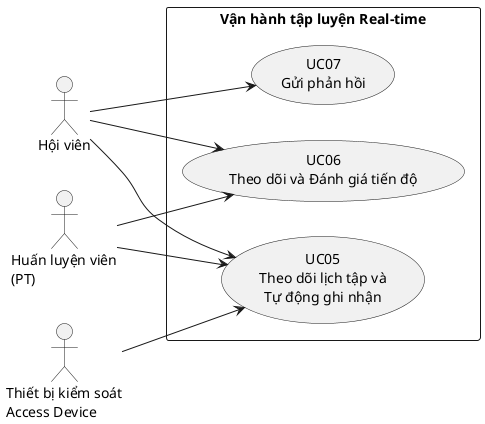
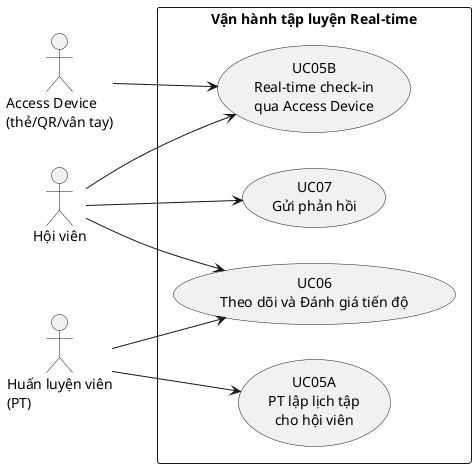
@startuml
left to right direction

actor "Hội viên" as Member
actor "Huấn luyện viên\n(PT)" as PT
- actor "Thiết bị kiểm soát\nAccess Device" as AccessDevice
+ actor "Access Device\n(thẻ/QR/vân tay)" as AccessDevice

rectangle "Vận hành tập luyện Real-time" {
-   usecase "UC05\nTheo dõi lịch tập và\nTự động ghi nhận" as UC05
+   usecase "UC05A\nPT lập lịch tập\ncho hội viên" as UC05A
+   usecase "UC05B\nReal-time check-in\nqua Access Device" as UC05B
  usecase "UC06\nTheo dõi và Đánh giá tiến độ" as UC06
  usecase "UC07\nGửi phản hồi" as UC07
}

- Member --> UC05
+ PT --> UC05A
+ PT --> UC06
+ 
+ Member --> UC05B
Member --> UC06
Member --> UC07

- PT --> UC05
- PT --> UC06
- 
- AccessDevice --> UC05
- @enduml+ AccessDevice --> UC05B
+ @enduml
